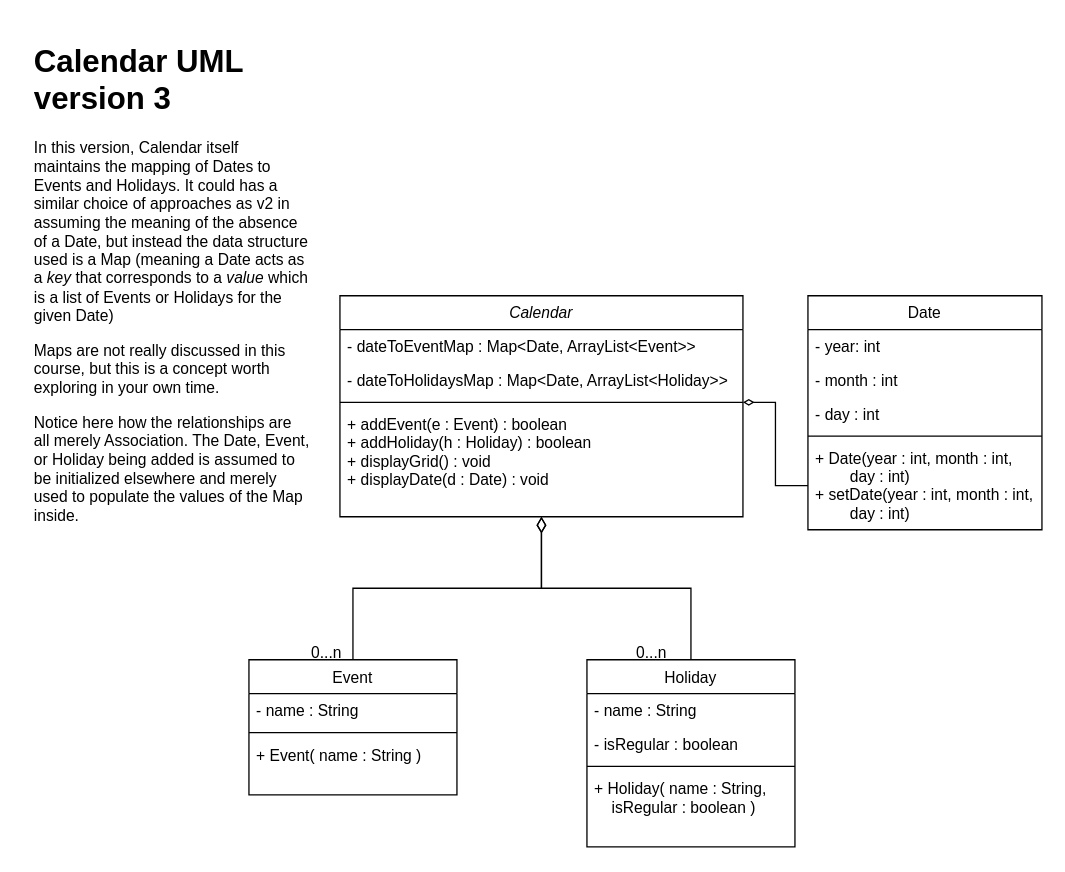
arielampol/S12_Demo keeps this draw.io diagram as Calendar UML v3.drawio. Above is the earlier version. Source tidied: cells renumbered, new cells numbered last; positions are measured from the earlier drawing's top-left corner, leaving out a move shared by most shapes. Both pictures are drawn from the tidied source at 130%, with x=0, y=0 at pixel (27, 35).
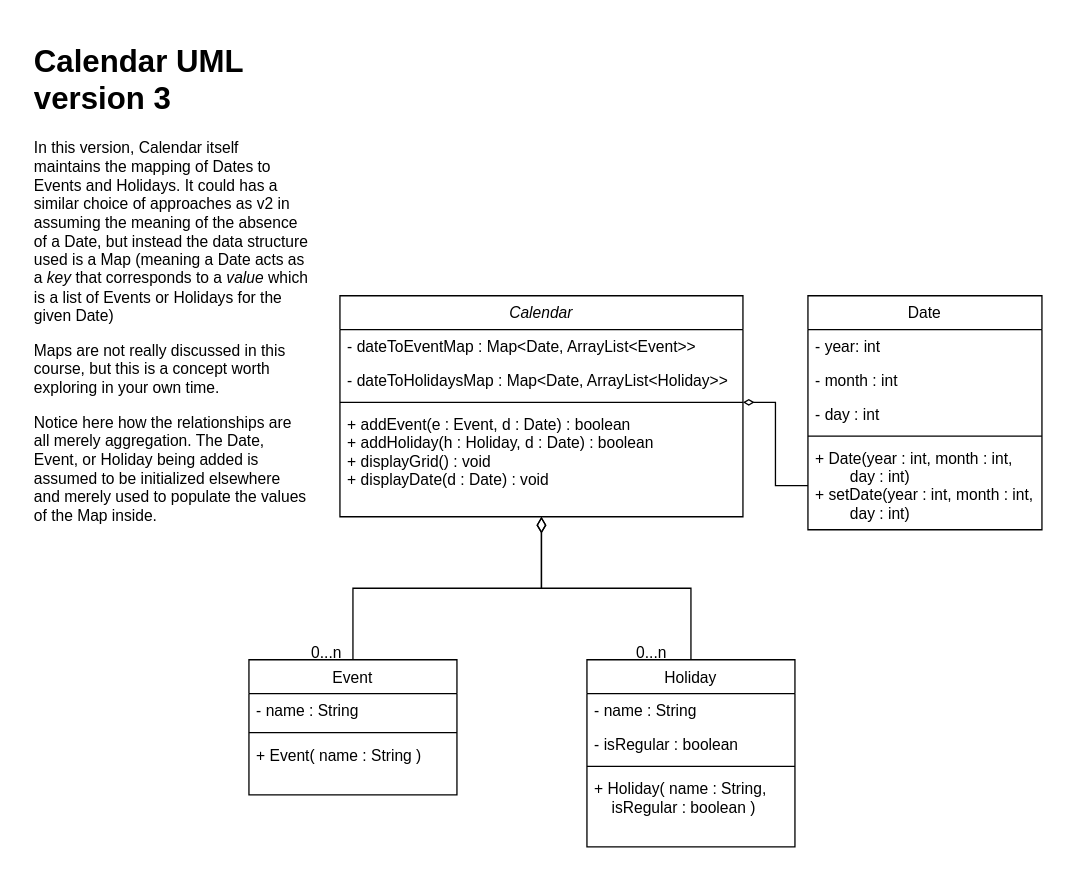
After the change.

Unchanged cells that the change refers to:
```xml
<mxCell id="2" value="Calendar" style="swimlane;fontStyle=2;align=center;verticalAlign=top;horizontal=1;startSize=26;rounded=0;shadow=0;strokeWidth=1;" parent="1" vertex="1">
  <mxGeometry x="240" y="200" width="310" height="170" as="geometry" />
</mxCell>
```

Diff of the diagram source:
```diff
@@
-    <mxCell id="6" value="+ addEvent(e : Event) : boolean&#10;+ addHoliday(h : Holiday) : boolean&#10;+ displayGrid() : void&#10;+ displayDate(d : Date) : void" style="text;align=left;verticalAlign=top;spacingLeft=4;spacingRight=4;overflow=hidden;" parent="2" vertex="1">
+    <mxCell id="6" value="+ addEvent(e : Event, d : Date) : boolean&#10;+ addHoliday(h : Holiday, d : Date) : boolean&#10;+ displayGrid() : void&#10;+ displayDate(d : Date) : void" style="text;align=left;verticalAlign=top;spacingLeft=4;spacingRight=4;overflow=hidden;" parent="2" vertex="1">
       <mxGeometry y="86" width="310" height="64" as="geometry" />
     </mxCell>
@@
-    <mxCell id="24" value="&lt;h1&gt;Calendar UML version 3&lt;/h1&gt;&lt;p&gt;In this version, Calendar itself maintains the mapping of Dates to Events and Holidays. It could has a similar choice of approaches as v2 in assuming the meaning of the absence of a Date, but instead the data structure used is a Map (meaning a Date acts as a &lt;i&gt;key &lt;/i&gt;that corresponds to a &lt;i&gt;value &lt;/i&gt;which is a list of Events or Holidays for the given Date)&lt;/p&gt;&lt;p&gt;Maps are not really discussed in this course, but this is a concept worth exploring in your own time.&lt;/p&gt;&lt;p&gt;Notice here how the relationships are all merely Association. The Date, Event, or Holiday being added is assumed to be initialized elsewhere and merely used to populate the values of the Map inside.&lt;/p&gt;" style="text;html=1;strokeColor=none;fillColor=none;spacing=5;spacingTop=-20;whiteSpace=wrap;overflow=hidden;rounded=0;shadow=1;" parent="1" vertex="1">
+    <mxCell id="24" value="&lt;h1&gt;Calendar UML version 3&lt;/h1&gt;&lt;p&gt;In this version, Calendar itself maintains the mapping of Dates to Events and Holidays. It could has a similar choice of approaches as v2 in assuming the meaning of the absence of a Date, but instead the data structure used is a Map (meaning a Date acts as a &lt;i&gt;key &lt;/i&gt;that corresponds to a &lt;i&gt;value &lt;/i&gt;which is a list of Events or Holidays for the given Date)&lt;/p&gt;&lt;p&gt;Maps are not really discussed in this course, but this is a concept worth exploring in your own time.&lt;/p&gt;&lt;p&gt;Notice here how the relationships are all merely aggregation. The Date, Event, or Holiday being added is assumed to be initialized elsewhere and merely used to populate the values of the Map inside.&lt;/p&gt;" style="text;html=1;strokeColor=none;fillColor=none;spacing=5;spacingTop=-20;whiteSpace=wrap;overflow=hidden;rounded=0;shadow=1;" parent="1" vertex="1">
       <mxGeometry width="220" height="380" as="geometry" />
     </mxCell>
```
